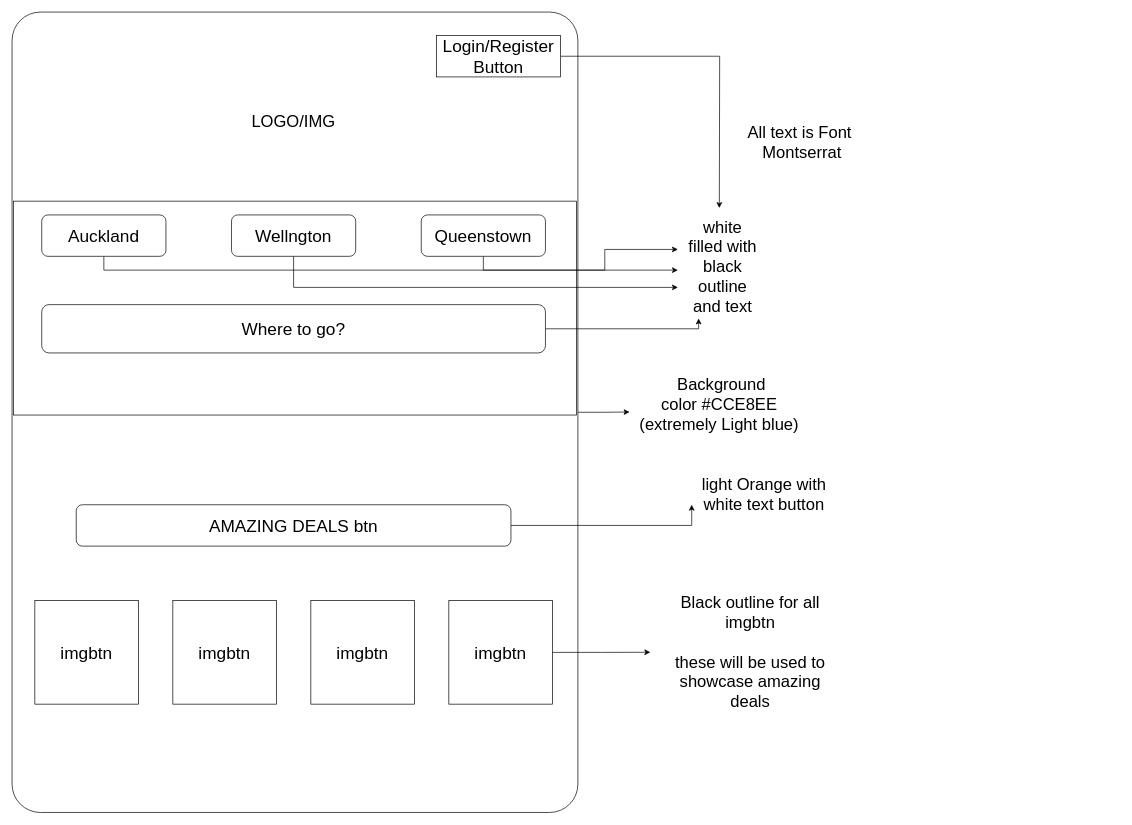
This is Wireframes/HomePageMBAPP.drawio from BarryHennett/ISCG7424_MobileAssignment, a draw.io file, before an edit. Source tidied: cells renumbered, new cells numbered last; positions are measured from the earlier drawing's top-left corner, leaving out a move shared by most shapes. Both pictures are drawn from the tidied source at 69%, with x=0, y=0 at pixel (12, 12).
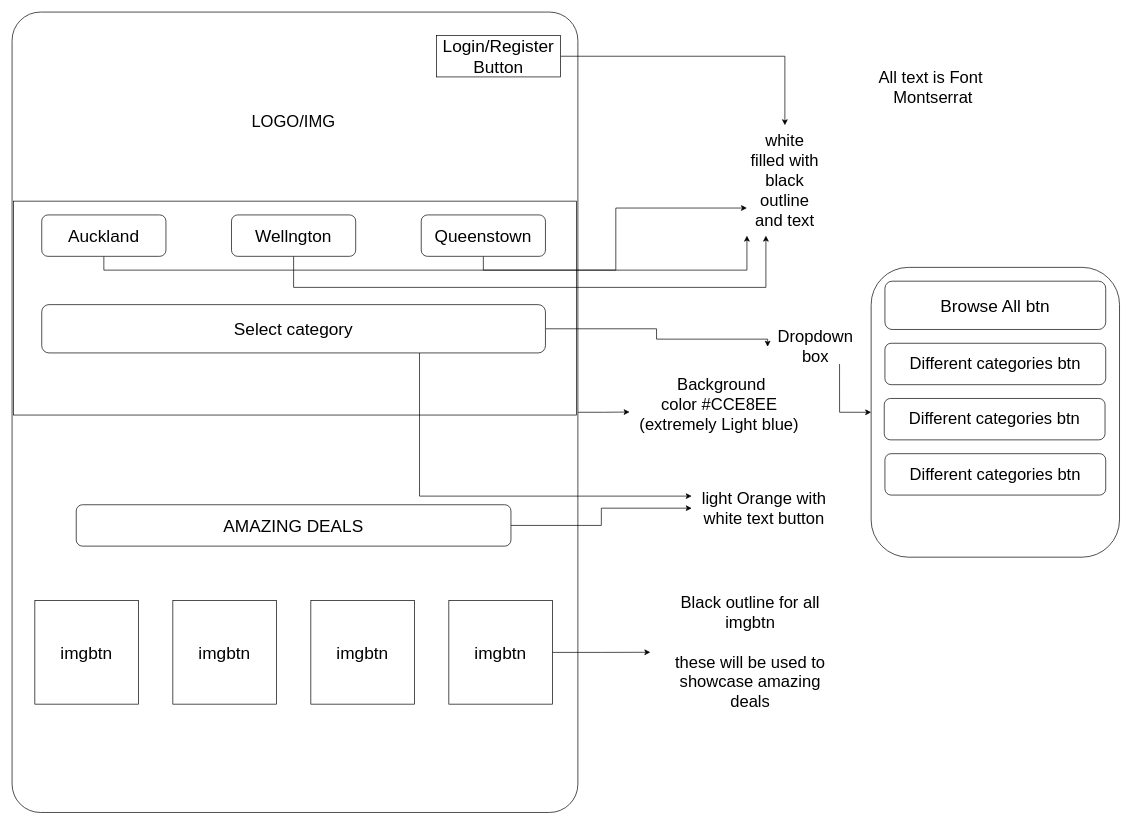
After the change.

Unchanged cells that the change refers to:
```xml
<mxCell id="6" value="Auckland" style="rounded=1;whiteSpace=wrap;html=1;fontSize=25;" parent="1" vertex="1">
  <mxGeometry x="43" y="294" width="180" height="60" as="geometry" />
</mxCell>
<mxCell id="8" value="Wellngton" style="rounded=1;whiteSpace=wrap;html=1;fontSize=25;" parent="1" vertex="1">
  <mxGeometry x="318" y="294" width="180" height="60" as="geometry" />
</mxCell>
<mxCell id="10" value="Queenstown" style="rounded=1;whiteSpace=wrap;html=1;fontSize=25;" parent="1" vertex="1">
  <mxGeometry x="593" y="294" width="180" height="60" as="geometry" />
</mxCell>
<mxCell id="21" value="Login/Register&lt;div style=&quot;font-size: 25px;&quot;&gt;Button&lt;/div&gt;" style="rounded=0;whiteSpace=wrap;html=1;fontSize=25;" parent="1" vertex="1">
  <mxGeometry x="615" y="34" width="180" height="60" as="geometry" />
</mxCell>
```

Change to the diagram source:
```diff
@@
-    <mxCell id="5" style="edgeStyle=orthogonalEdgeStyle;rounded=0;jettySize=auto;html=1;" parent="1" edge="1" source="6">
+    <mxCell id="5" style="edgeStyle=orthogonalEdgeStyle;rounded=0;jettySize=auto;html=1;entryX=0;entryY=0.75;entryDx=0;entryDy=0;" parent="1" edge="1" source="6" target="22">
       <mxGeometry relative="1" as="geometry">
-        <mxPoint x="965" y="374" as="targetPoint" />
         <Array as="points">
           <mxPoint x="133" y="374" />
           <mxPoint x="875" y="374" />
+          <mxPoint x="875" y="284" />
         </Array>
       </mxGeometry>
     </mxCell>
@@
-    <mxCell id="7" style="edgeStyle=orthogonalEdgeStyle;rounded=0;jettySize=auto;html=1;exitX=0.5;exitY=1;exitDx=0;exitDy=0;" parent="1" edge="1" source="8">
+    <mxCell id="7" style="edgeStyle=orthogonalEdgeStyle;rounded=0;jettySize=auto;html=1;exitX=0.5;exitY=1;exitDx=0;exitDy=0;entryX=0.25;entryY=1;entryDx=0;entryDy=0;" parent="1" edge="1" source="8" target="22">
       <mxGeometry relative="1" as="geometry">
-        <mxPoint x="965" y="399" as="targetPoint" />
         <Array as="points">
           <mxPoint x="408" y="399" />
+          <mxPoint x="1093" y="399" />
         </Array>
       </mxGeometry>
     </mxCell>
@@
-    <mxCell id="9" style="edgeStyle=orthogonalEdgeStyle;rounded=0;jettySize=auto;html=1;exitX=0.5;exitY=1;exitDx=0;exitDy=0;" parent="1" edge="1" source="10">
+    <mxCell id="9" style="edgeStyle=orthogonalEdgeStyle;rounded=0;jettySize=auto;html=1;exitX=0.5;exitY=1;exitDx=0;exitDy=0;entryX=0;entryY=1;entryDx=0;entryDy=0;" parent="1" edge="1" source="10" target="22">
       <mxGeometry relative="1" as="geometry">
-        <mxPoint x="965" y="344" as="targetPoint" />
         <Array as="points">
           <mxPoint x="683" y="374" />
-          <mxPoint x="859" y="374" />
-          <mxPoint x="859" y="344" />
+          <mxPoint x="1065" y="374" />
         </Array>
       </mxGeometry>
     </mxCell>
@@
-    <mxCell id="11" style="edgeStyle=orthogonalEdgeStyle;rounded=0;jettySize=auto;html=1;exitX=1;exitY=0.5;exitDx=0;exitDy=0;" parent="1" edge="1" source="12">
-      <mxGeometry relative="1" as="geometry">
-        <mxPoint x="995" y="444" as="targetPoint" />
-        <Array as="points">
-          <mxPoint x="995" y="459" />
-        </Array>
-      </mxGeometry>
-    </mxCell>
+    <mxCell id="28" style="edgeStyle=orthogonalEdgeStyle;rounded=0;jettySize=auto;html=1;exitX=0.75;exitY=1;exitDx=0;exitDy=0;entryX=0;entryY=0.25;entryDx=0;entryDy=0;" parent="1" edge="1" source="12" target="23">
+      <mxGeometry relative="1" as="geometry" />
+    </mxCell>
+    <mxCell id="29" style="edgeStyle=orthogonalEdgeStyle;rounded=0;jettySize=auto;html=1;exitX=1;exitY=0.5;exitDx=0;exitDy=0;entryX=0;entryY=0.5;entryDx=0;entryDy=0;" parent="1" edge="1" source="12" target="33">
+      <mxGeometry relative="1" as="geometry">
+        <Array as="points">
+          <mxPoint x="934" y="459" />
+          <mxPoint x="934" y="474" />
+          <mxPoint x="1095" y="474" />
+        </Array>
+      </mxGeometry>
+    </mxCell>
-    <mxCell id="12" value="Where to go?" style="rounded=1;whiteSpace=wrap;html=1;fontSize=25;verticalAlign=middle;" parent="1" vertex="1">
+    <mxCell id="12" value="Select category" style="rounded=1;whiteSpace=wrap;html=1;fontSize=25;verticalAlign=middle;" parent="1" vertex="1">
       <mxGeometry x="43" y="424" width="730" height="70" as="geometry" />
     </mxCell>
@@
-    <mxCell id="16" style="edgeStyle=orthogonalEdgeStyle;rounded=0;jettySize=auto;html=1;exitX=1;exitY=0.5;exitDx=0;exitDy=0;entryX=0;entryY=1;entryDx=0;entryDy=0;" parent="1" edge="1" source="17" target="23">
+    <mxCell id="16" style="edgeStyle=orthogonalEdgeStyle;rounded=0;jettySize=auto;html=1;exitX=1;exitY=0.5;exitDx=0;exitDy=0;entryX=0;entryY=0.5;entryDx=0;entryDy=0;" parent="1" edge="1" source="17" target="23">
       <mxGeometry relative="1" as="geometry" />
     </mxCell>
-    <mxCell id="17" value="AMAZING DEALS btn" style="rounded=1;whiteSpace=wrap;html=1;fontSize=25;" parent="1" vertex="1">
+    <mxCell id="17" value="AMAZING DEALS" style="rounded=1;whiteSpace=wrap;html=1;fontSize=25;" parent="1" vertex="1">
       <mxGeometry x="93" y="714" width="630" height="60" as="geometry" />
     </mxCell>
@@
-    <mxCell id="20" style="edgeStyle=orthogonalEdgeStyle;rounded=0;jettySize=auto;html=1;exitX=1;exitY=0.5;exitDx=0;exitDy=0;" parent="1" edge="1" source="21">
-      <mxGeometry relative="1" as="geometry">
-        <mxPoint x="1025" y="284" as="targetPoint" />
-      </mxGeometry>
+    <mxCell id="20" style="edgeStyle=orthogonalEdgeStyle;rounded=0;jettySize=auto;html=1;exitX=1;exitY=0.5;exitDx=0;exitDy=0;" parent="1" edge="1" source="21" target="22">
+      <mxGeometry relative="1" as="geometry" />
     </mxCell>
@@
     <mxCell id="22" value="&lt;font style=&quot;font-size: 24px;&quot;&gt;white filled with black outline and text&lt;/font&gt;" style="text;strokeColor=none;align=center;fillColor=none;html=1;verticalAlign=middle;whiteSpace=wrap;rounded=0;" parent="1" vertex="1">
-      <mxGeometry x="975" y="354" width="110" height="30" as="geometry" />
+      <mxGeometry x="1065" y="164" width="110" height="160" as="geometry" />
     </mxCell>
     <mxCell id="23" value="&lt;font style=&quot;font-size: 24px;&quot;&gt;light Orange with white text button&lt;/font&gt;" style="text;strokeColor=none;align=center;fillColor=none;html=1;verticalAlign=middle;whiteSpace=wrap;rounded=0;" parent="1" vertex="1">
-      <mxGeometry x="985" y="684" width="210" height="30" as="geometry" />
+      <mxGeometry x="985" y="684" width="210" height="70" as="geometry" />
     </mxCell>
     <mxCell id="24" value="&lt;font style=&quot;font-size: 24px;&quot;&gt;Black outline for all imgbtn&lt;/font&gt;&lt;div&gt;&lt;font style=&quot;font-size: 24px;&quot;&gt;&lt;br&gt;&lt;/font&gt;&lt;/div&gt;&lt;div&gt;&lt;font style=&quot;font-size: 24px;&quot;&gt;these will be used to showcase amazing deals&lt;/font&gt;&lt;/div&gt;" style="text;strokeColor=none;align=center;fillColor=none;html=1;verticalAlign=middle;whiteSpace=wrap;rounded=0;" parent="1" vertex="1">
-      <mxGeometry x="935" y="913" width="270" height="30" as="geometry" />
+      <mxGeometry x="935" y="818" width="270" height="220" as="geometry" />
     </mxCell>
@@
     <mxCell id="26" value="&lt;font style=&quot;font-size: 24px;&quot;&gt;All text is Font&amp;nbsp;&lt;/font&gt;&lt;div&gt;&lt;font style=&quot;&quot;&gt;&lt;font style=&quot;font-size: 24px;&quot;&gt;Montserrat&lt;/font&gt;&lt;br&gt;&lt;/font&gt;&lt;/div&gt;" style="text;strokeColor=none;align=center;fillColor=none;html=1;verticalAlign=middle;whiteSpace=wrap;rounded=0;" parent="1" vertex="1">
-      <mxGeometry x="1025" y="104" width="240" height="170" as="geometry" />
+      <mxGeometry x="1215" y="24" width="240" height="170" as="geometry" />
     </mxCell>
@@
+    <mxCell id="30" style="rounded=1;whiteSpace=wrap;html=1;" parent="1" vertex="1">
+      <mxGeometry x="1245" y="370" width="360" height="420" as="geometry" />
+    </mxCell>
+    <mxCell id="31" value="Browse All btn" style="rounded=1;whiteSpace=wrap;html=1;fontSize=25;verticalAlign=middle;" parent="1" vertex="1">
+      <mxGeometry x="1265" y="390" width="320" height="70" as="geometry" />
+    </mxCell>
+    <mxCell id="32" style="edgeStyle=orthogonalEdgeStyle;rounded=0;jettySize=auto;html=1;exitX=0.75;exitY=1;exitDx=0;exitDy=0;entryX=0;entryY=0.5;entryDx=0;entryDy=0;" parent="1" edge="1" source="33" target="30">
+      <mxGeometry relative="1" as="geometry" />
+    </mxCell>
+    <mxCell id="33" value="&lt;font style=&quot;font-size: 24px;&quot;&gt;Dropdown box&lt;/font&gt;" style="text;html=1;align=center;verticalAlign=middle;whiteSpace=wrap;rounded=0;" parent="1" vertex="1">
+      <mxGeometry x="1095" y="460" width="139" height="50" as="geometry" />
+    </mxCell>
+    <mxCell id="34" value="&lt;font style=&quot;font-size: 24px;&quot;&gt;Different categories btn&lt;/font&gt;" style="rounded=1;whiteSpace=wrap;html=1;" parent="1" vertex="1">
+      <mxGeometry x="1265" y="480" width="320" height="60" as="geometry" />
+    </mxCell>
+    <mxCell id="35" value="&lt;font style=&quot;font-size: 24px;&quot;&gt;Different categories btn&lt;/font&gt;" style="rounded=1;whiteSpace=wrap;html=1;" parent="1" vertex="1">
+      <mxGeometry x="1264" y="560" width="320" height="60" as="geometry" />
+    </mxCell>
+    <mxCell id="36" value="&lt;font style=&quot;font-size: 24px;&quot;&gt;Different categories btn&lt;/font&gt;" style="rounded=1;whiteSpace=wrap;html=1;" parent="1" vertex="1">
+      <mxGeometry x="1265" y="640" width="320" height="60" as="geometry" />
+    </mxCell>
```
